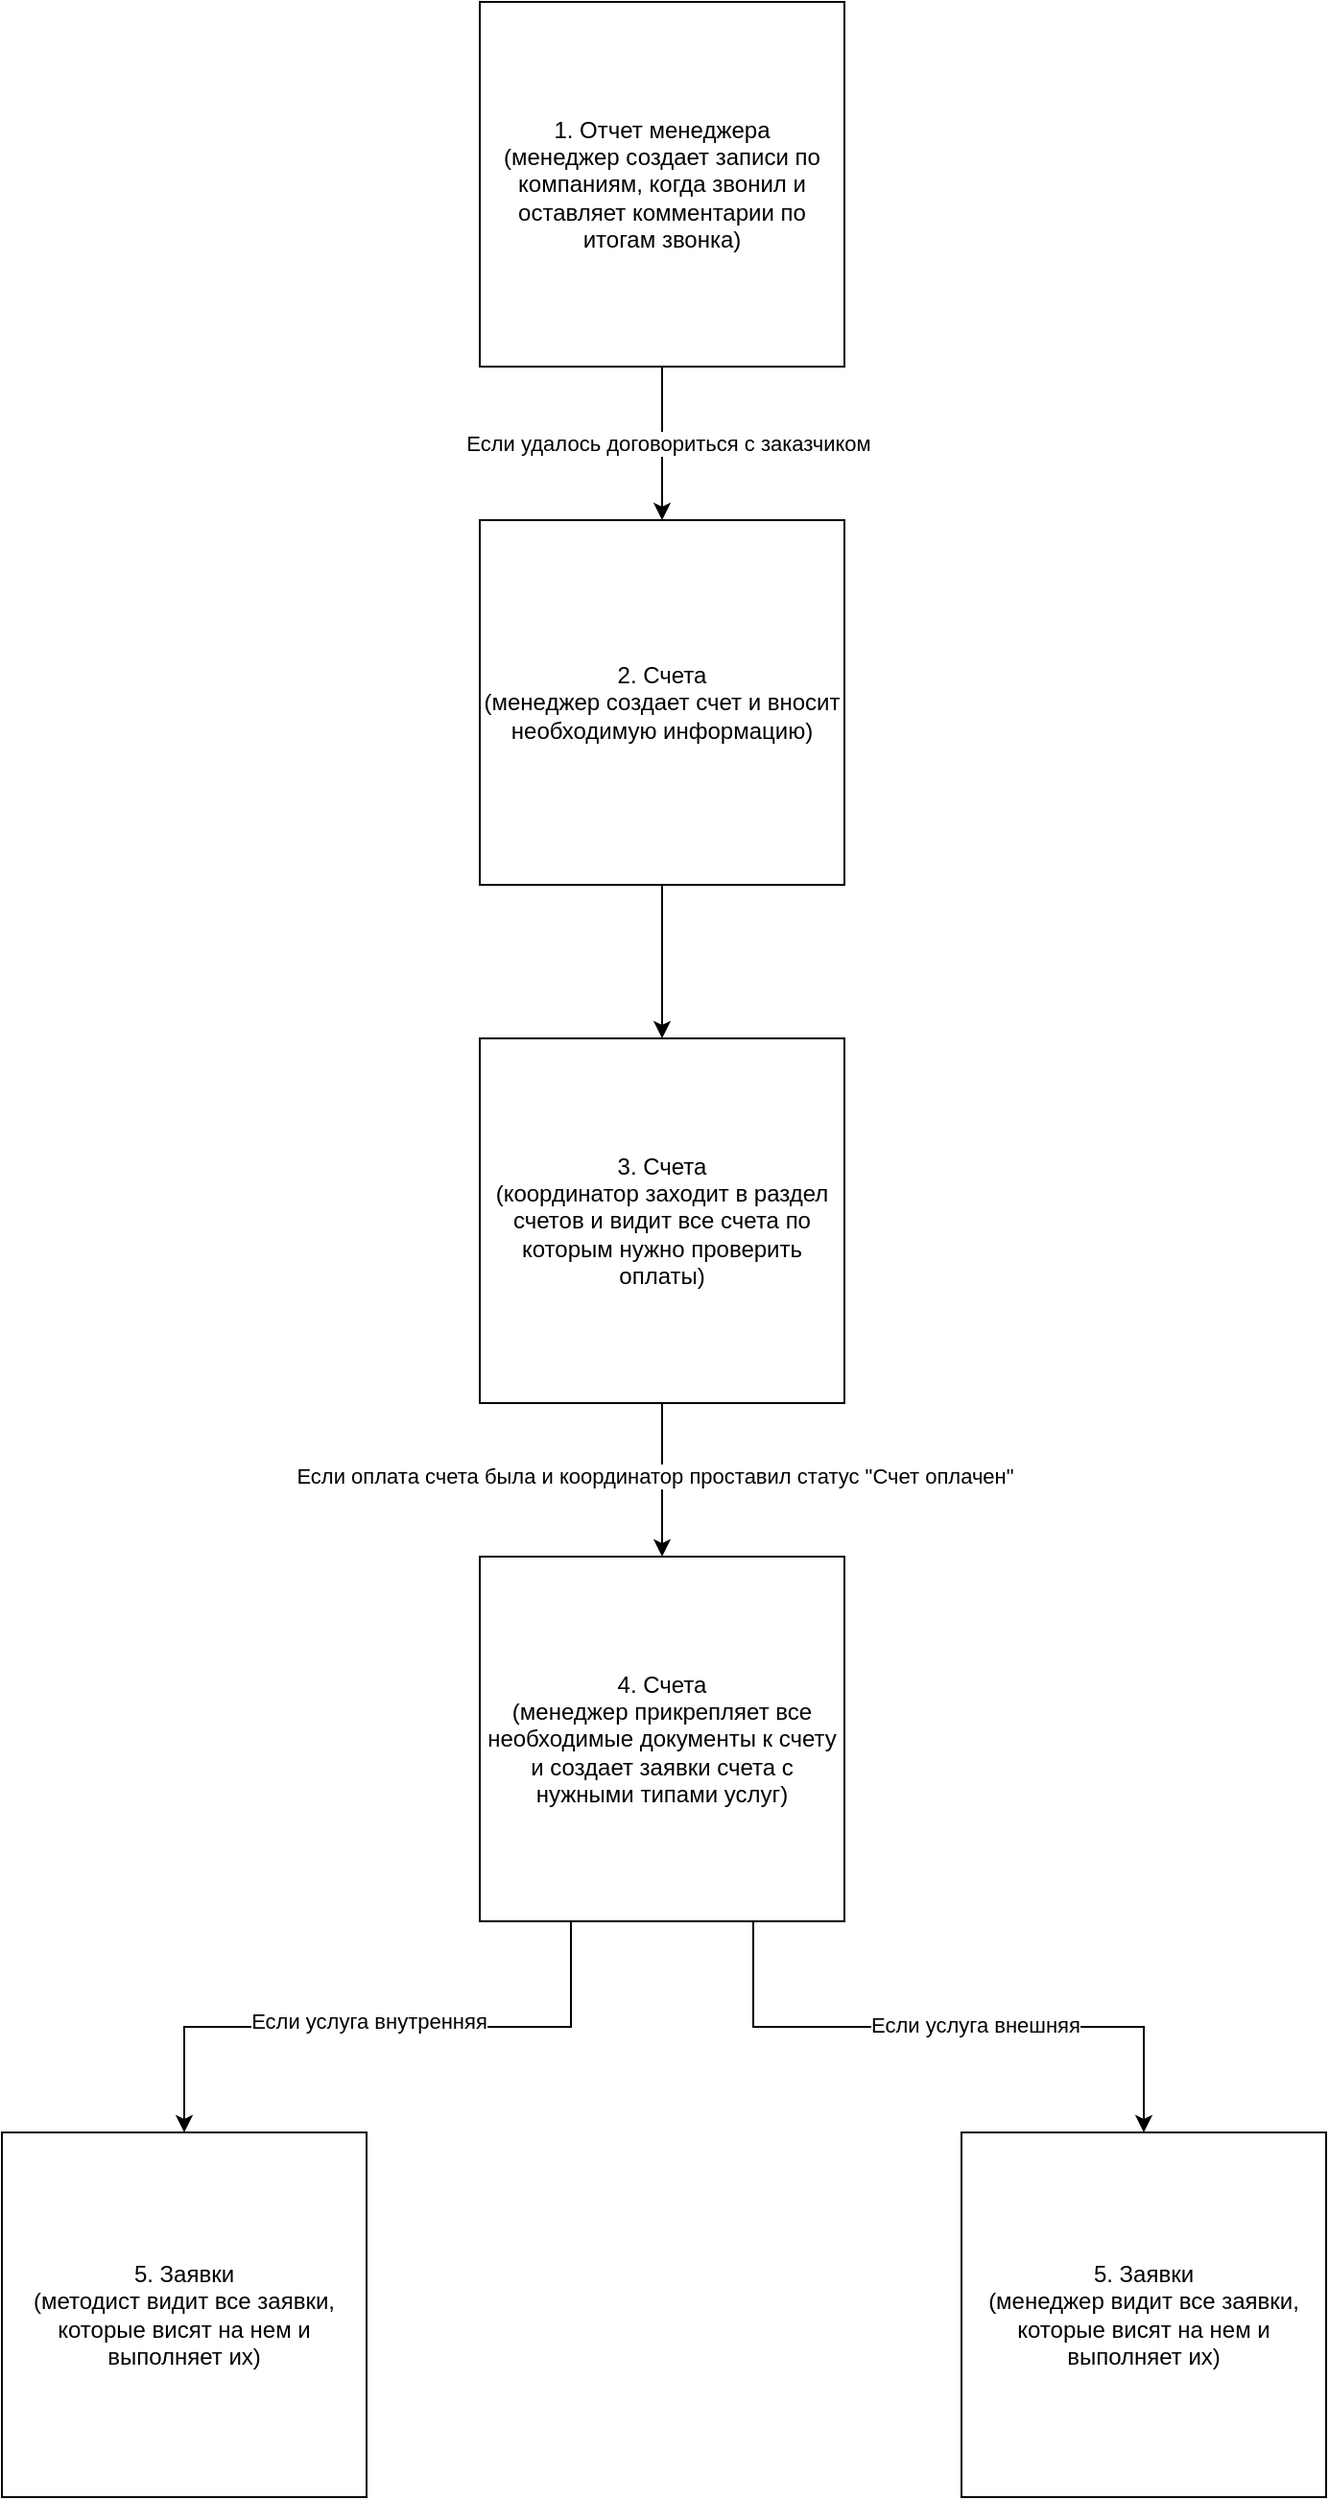
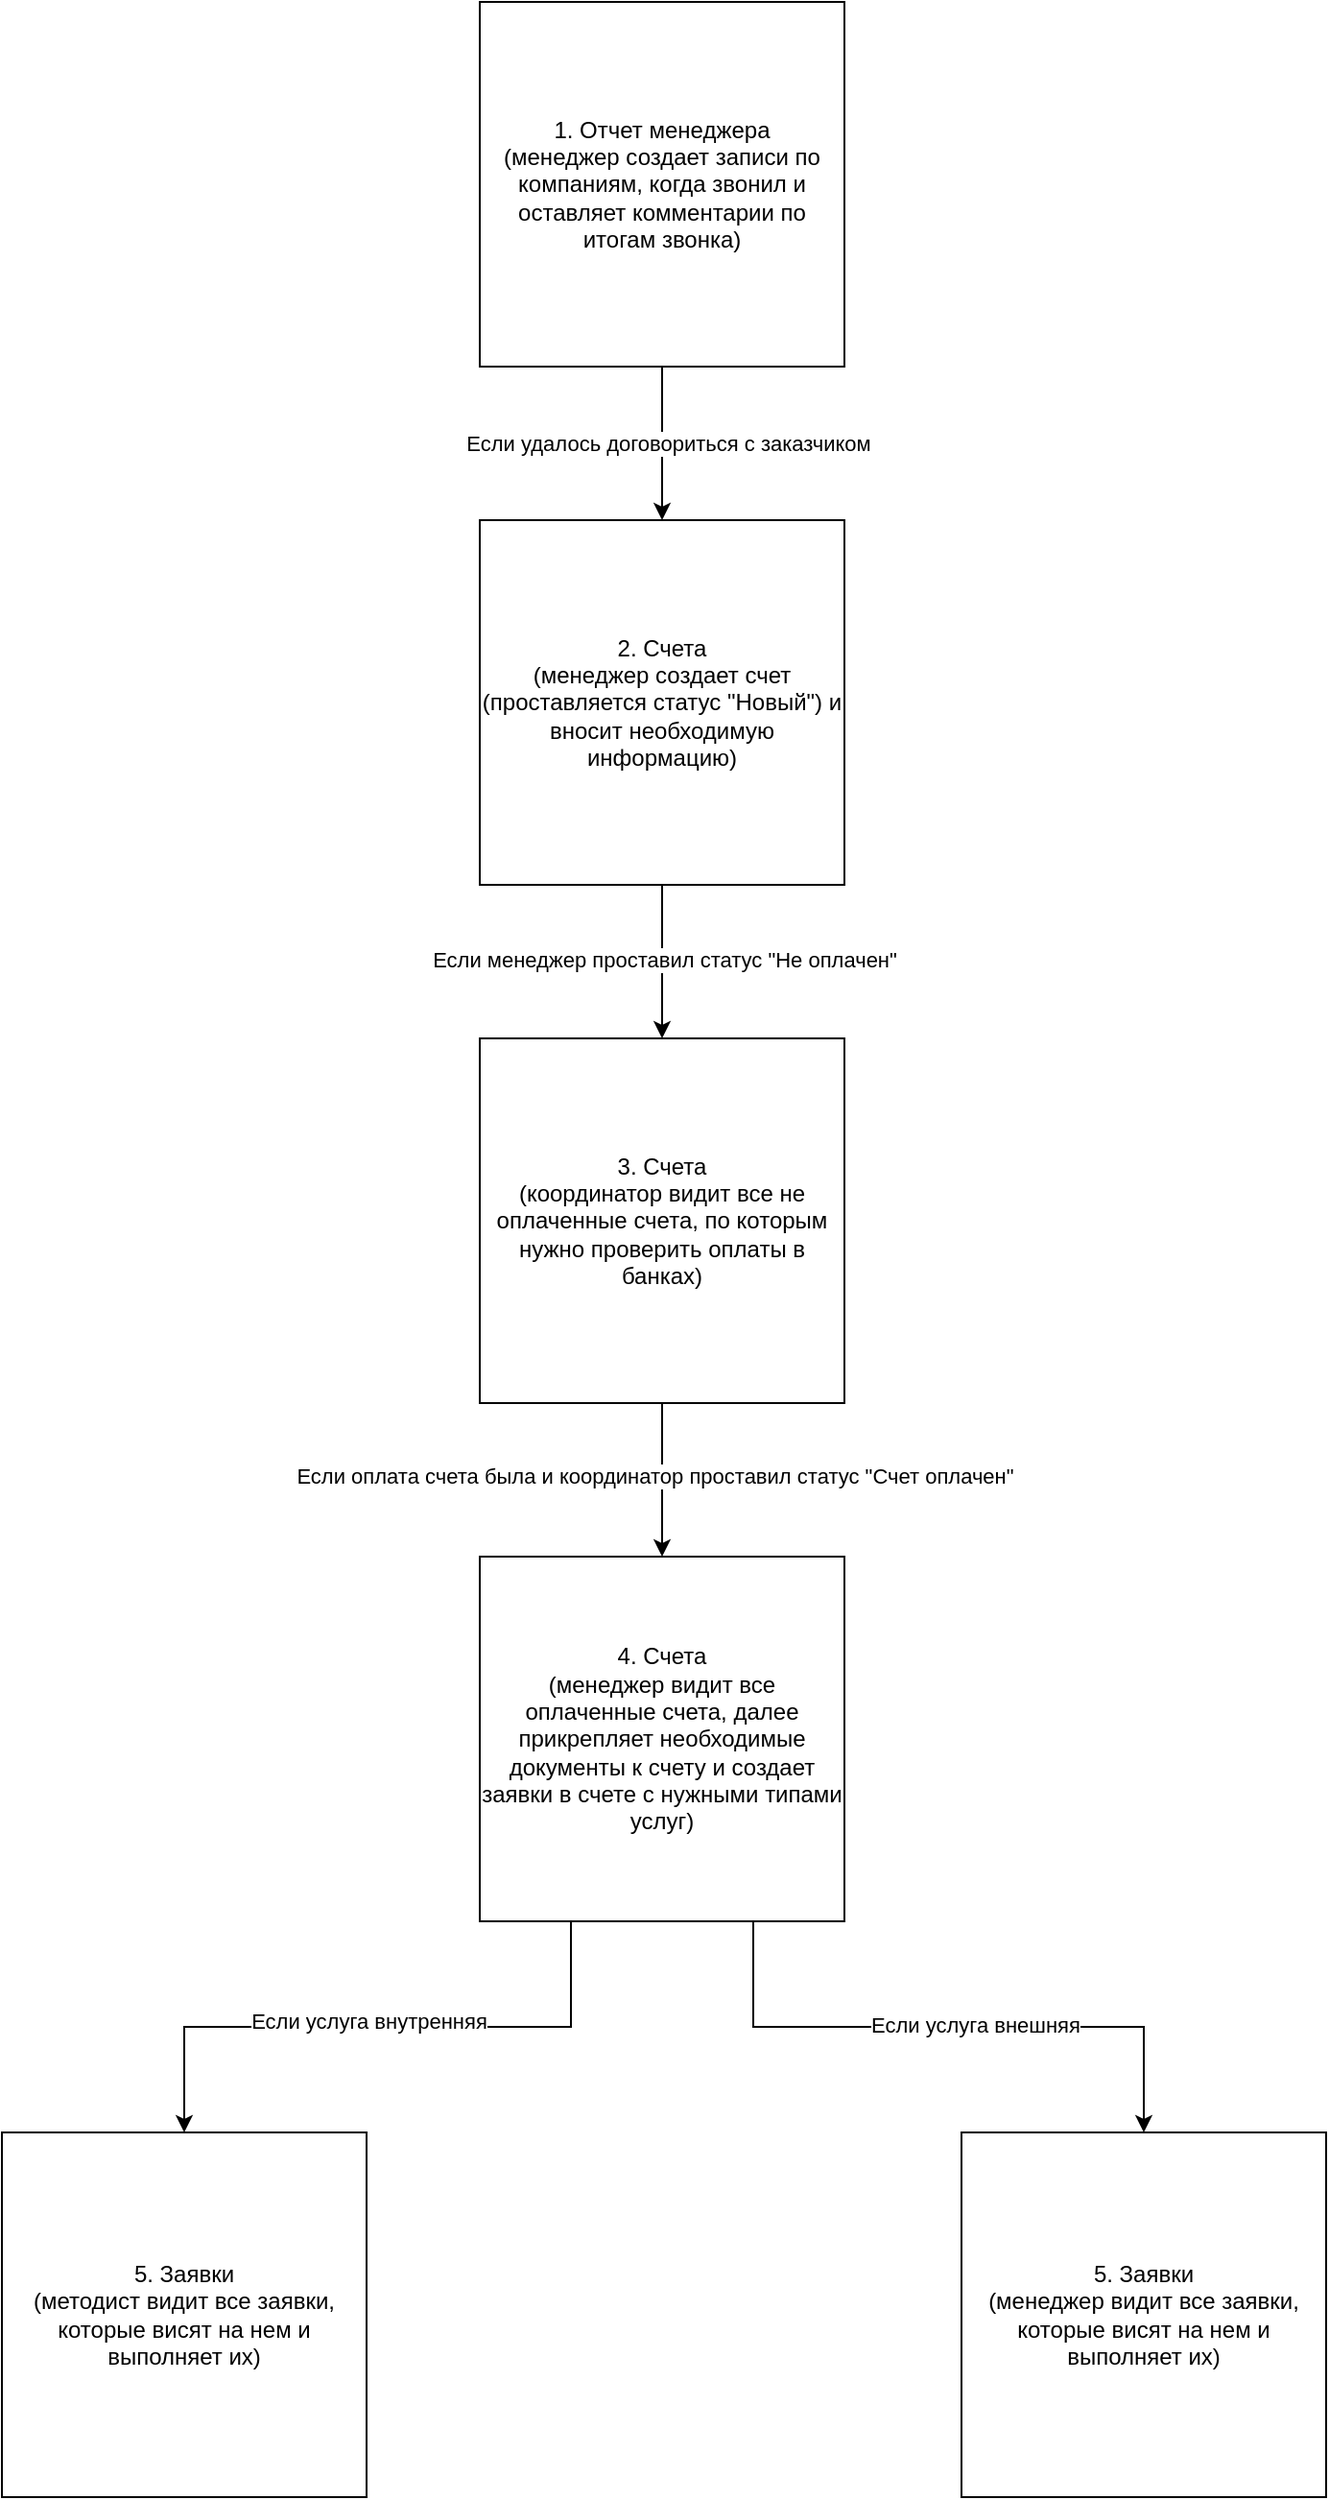
<mxfile host="app.diagrams.net">
  <diagram name="Страница-1" id="fDSIhNZpV7RLvZDlN3il">
-     <mxGraphModel dx="2739" dy="1516" grid="1" gridSize="10" guides="1" tooltips="1" connect="1" arrows="1" fold="1" page="1" pageScale="1" pageWidth="827" pageHeight="1169" math="0" shadow="0">
+     <mxGraphModel dx="1205" dy="835" grid="1" gridSize="10" guides="1" tooltips="1" connect="1" arrows="1" fold="1" page="1" pageScale="1" pageWidth="827" pageHeight="1169" math="0" shadow="0">
      <root>
        <mxCell id="0" />
        <mxCell id="1" parent="0" />
        <mxCell id="z3Ht8LPgizAPvXbHG2fk-10" edge="1" parent="1" source="z3Ht8LPgizAPvXbHG2fk-1" style="edgeStyle=orthogonalEdgeStyle;rounded=0;orthogonalLoop=1;jettySize=auto;html=1;exitX=0.5;exitY=1;exitDx=0;exitDy=0;entryX=0.5;entryY=0;entryDx=0;entryDy=0;" target="z3Ht8LPgizAPvXbHG2fk-5">
          <mxGeometry relative="1" as="geometry" />
        </mxCell>
        <mxCell id="z3Ht8LPgizAPvXbHG2fk-11" connectable="0" parent="z3Ht8LPgizAPvXbHG2fk-10" style="edgeLabel;html=1;align=center;verticalAlign=middle;resizable=0;points=[];" value="Если удалось договориться с заказчиком" vertex="1">
          <mxGeometry relative="1" y="3" as="geometry">
            <mxPoint as="offset" />
          </mxGeometry>
        </mxCell>
        <mxCell id="z3Ht8LPgizAPvXbHG2fk-1" parent="1" style="whiteSpace=wrap;html=1;aspect=fixed;" value="1. Отчет менеджера&lt;div&gt;(менеджер создает записи по компаниям, когда звонил и оставляет комментарии по итогам звонка)&lt;/div&gt;" vertex="1">
          <mxGeometry height="190" width="190" x="318" y="560" as="geometry" />
        </mxCell>
        <mxCell id="z3Ht8LPgizAPvXbHG2fk-12" edge="1" parent="1" source="z3Ht8LPgizAPvXbHG2fk-5" style="edgeStyle=orthogonalEdgeStyle;rounded=0;orthogonalLoop=1;jettySize=auto;html=1;exitX=0.5;exitY=1;exitDx=0;exitDy=0;" target="z3Ht8LPgizAPvXbHG2fk-8">
          <mxGeometry relative="1" as="geometry" />
        </mxCell>
-         <mxCell id="z3Ht8LPgizAPvXbHG2fk-5" parent="1" style="whiteSpace=wrap;html=1;aspect=fixed;" value="2. Счета&lt;div&gt;(менеджер создает счет и вносит необходимую информацию)&lt;/div&gt;" vertex="1">
+         <mxCell id="xPEUD1rr_eLUinkeHIa2-1" connectable="0" parent="z3Ht8LPgizAPvXbHG2fk-12" style="edgeLabel;html=1;align=center;verticalAlign=middle;resizable=0;points=[];" value="Если менеджер проставил статус &quot;Не оплачен&quot;" vertex="1">
+           <mxGeometry relative="1" x="-0.0469" y="1" as="geometry">
+             <mxPoint y="1" as="offset" />
+           </mxGeometry>
+         </mxCell>
+         <mxCell id="z3Ht8LPgizAPvXbHG2fk-5" parent="1" style="whiteSpace=wrap;html=1;aspect=fixed;" value="2. Счета&lt;div&gt;(менеджер создает счет (проставляется статус &quot;Новый&quot;) и вносит необходимую информацию)&lt;/div&gt;" vertex="1">
          <mxGeometry height="190" width="190" x="318" y="830" as="geometry" />
        </mxCell>
        <mxCell id="z3Ht8LPgizAPvXbHG2fk-14" edge="1" parent="1" source="z3Ht8LPgizAPvXbHG2fk-8" style="edgeStyle=orthogonalEdgeStyle;rounded=0;orthogonalLoop=1;jettySize=auto;html=1;exitX=0.5;exitY=1;exitDx=0;exitDy=0;entryX=0.5;entryY=0;entryDx=0;entryDy=0;" target="z3Ht8LPgizAPvXbHG2fk-13">
          <mxGeometry relative="1" as="geometry" />
        </mxCell>
        <mxCell id="z3Ht8LPgizAPvXbHG2fk-15" connectable="0" parent="z3Ht8LPgizAPvXbHG2fk-14" style="edgeLabel;html=1;align=center;verticalAlign=middle;resizable=0;points=[];" value="Если оплата счета была и координатор проставил статус &quot;Счет оплачен&quot;" vertex="1">
          <mxGeometry relative="1" x="-0.05" y="-4" as="geometry">
            <mxPoint as="offset" />
          </mxGeometry>
        </mxCell>
-         <mxCell id="z3Ht8LPgizAPvXbHG2fk-8" parent="1" style="whiteSpace=wrap;html=1;aspect=fixed;" value="3. Счета&lt;div&gt;(координатор заходит в раздел счетов и видит все счета по которым нужно проверить оплаты)&lt;/div&gt;" vertex="1">
+         <mxCell id="z3Ht8LPgizAPvXbHG2fk-8" parent="1" style="whiteSpace=wrap;html=1;aspect=fixed;" value="3. Счета&lt;div&gt;(координатор видит все не оплаченные счета, по которым нужно проверить оплаты в банках)&lt;/div&gt;" vertex="1">
          <mxGeometry height="190" width="190" x="318" y="1100" as="geometry" />
        </mxCell>
        <mxCell id="z3Ht8LPgizAPvXbHG2fk-18" edge="1" parent="1" source="z3Ht8LPgizAPvXbHG2fk-13" style="edgeStyle=orthogonalEdgeStyle;rounded=0;orthogonalLoop=1;jettySize=auto;html=1;exitX=0.75;exitY=1;exitDx=0;exitDy=0;entryX=0.5;entryY=0;entryDx=0;entryDy=0;" target="z3Ht8LPgizAPvXbHG2fk-17">
          <mxGeometry relative="1" as="geometry" />
        </mxCell>
        <mxCell id="z3Ht8LPgizAPvXbHG2fk-21" connectable="0" parent="z3Ht8LPgizAPvXbHG2fk-18" style="edgeLabel;html=1;align=center;verticalAlign=middle;resizable=0;points=[];" value="Если услуга внешняя" vertex="1">
          <mxGeometry relative="1" x="0.0813" y="1" as="geometry">
            <mxPoint x="1" as="offset" />
          </mxGeometry>
        </mxCell>
        <mxCell id="z3Ht8LPgizAPvXbHG2fk-19" edge="1" parent="1" source="z3Ht8LPgizAPvXbHG2fk-13" style="edgeStyle=orthogonalEdgeStyle;rounded=0;orthogonalLoop=1;jettySize=auto;html=1;exitX=0.25;exitY=1;exitDx=0;exitDy=0;entryX=0.5;entryY=0;entryDx=0;entryDy=0;" target="z3Ht8LPgizAPvXbHG2fk-16">
          <mxGeometry relative="1" as="geometry" />
        </mxCell>
        <mxCell id="z3Ht8LPgizAPvXbHG2fk-20" connectable="0" parent="z3Ht8LPgizAPvXbHG2fk-19" style="edgeLabel;html=1;align=center;verticalAlign=middle;resizable=0;points=[];" value="Если услуга внутренняя" vertex="1">
          <mxGeometry relative="1" x="0.0303" y="-3" as="geometry">
            <mxPoint as="offset" />
          </mxGeometry>
        </mxCell>
-         <mxCell id="z3Ht8LPgizAPvXbHG2fk-13" parent="1" style="whiteSpace=wrap;html=1;aspect=fixed;" value="4. Счета&lt;div&gt;(менеджер прикрепляет все необходимые документы к счету и создает заявки счета с нужными типами услуг)&lt;/div&gt;" vertex="1">
+         <mxCell id="z3Ht8LPgizAPvXbHG2fk-13" parent="1" style="whiteSpace=wrap;html=1;aspect=fixed;" value="4. Счета&lt;div&gt;(менеджер видит все оплаченные счета, далее прикрепляет необходимые документы к счету и создает заявки в счете с нужными типами услуг)&lt;/div&gt;" vertex="1">
          <mxGeometry height="190" width="190" x="318" y="1370" as="geometry" />
        </mxCell>
        <mxCell id="z3Ht8LPgizAPvXbHG2fk-16" parent="1" style="whiteSpace=wrap;html=1;aspect=fixed;" value="5. Заявки&lt;div&gt;(методист видит все заявки, которые висят на нем и выполняет их)&lt;/div&gt;" vertex="1">
          <mxGeometry height="190" width="190" x="69" y="1670" as="geometry" />
        </mxCell>
        <mxCell id="z3Ht8LPgizAPvXbHG2fk-17" parent="1" style="whiteSpace=wrap;html=1;aspect=fixed;" value="5. Заявки&lt;div&gt;(менеджер видит все заявки, которые висят на нем и выполняет их)&lt;/div&gt;" vertex="1">
          <mxGeometry height="190" width="190" x="569" y="1670" as="geometry" />
        </mxCell>
      </root>
    </mxGraphModel>
  </diagram>
</mxfile>
